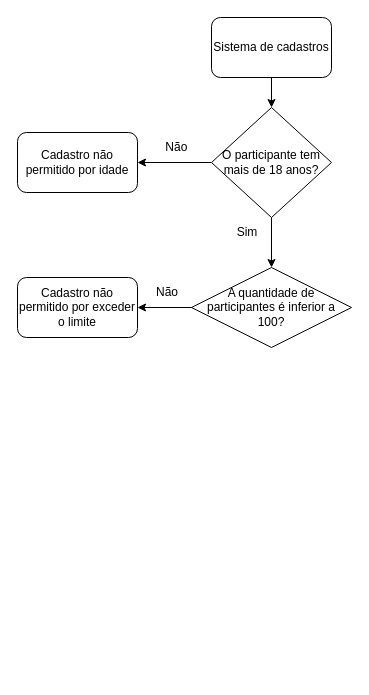
Earlier version of the draw.io diagram Untitled Diagram.drawio (SirMonkii/Atividade-Online-1-L-gica). Source tidied: cells renumbered, new cells numbered last; positions are measured from the earlier drawing's top-left corner, leaving out a move shared by most shapes. Both pictures are drawn from the tidied source at 100%, with x=0, y=0 at pixel (17, 17).
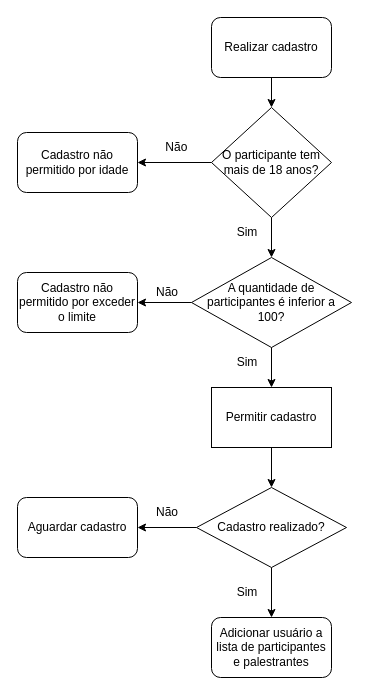
The same page after the edit.

What changed in the source:
```diff
@@
-    <mxCell id="2" value="Sistema de cadastros" style="rounded=1;whiteSpace=wrap;html=1;" parent="1" vertex="1">
+    <mxCell id="2" value="Realizar cadastro" style="rounded=1;whiteSpace=wrap;html=1;" parent="1" vertex="1">
       <mxGeometry x="194" width="120" height="60" as="geometry" />
     </mxCell>
@@
     <mxCell id="9" value="A quantidade de participantes é inferior a 100?" style="rhombus;whiteSpace=wrap;html=1;" parent="1" vertex="1">
-      <mxGeometry x="174" y="250" width="160" height="80" as="geometry" />
+      <mxGeometry x="174" y="240" width="160" height="90" as="geometry" />
     </mxCell>
     <mxCell id="10" value="Cadastro não permitido por exceder o limite" style="rounded=1;whiteSpace=wrap;html=1;" parent="1" vertex="1">
-      <mxGeometry y="260" width="120" height="60" as="geometry" />
+      <mxGeometry y="255" width="120" height="60" as="geometry" />
     </mxCell>
@@
+    <mxCell id="14" style="endArrow=classic;html=1;rounded=0;exitX=0.5;exitY=1;exitDx=0;exitDy=0;" parent="1" edge="1" source="9" target="15">
+      <mxGeometry relative="1" as="geometry" />
+    </mxCell>
+    <mxCell id="15" value="Permitir cadastro" style="rounded=0;whiteSpace=wrap;html=1;" parent="1" vertex="1">
+      <mxGeometry x="194" y="370" width="120" height="60" as="geometry" />
+    </mxCell>
+    <mxCell id="16" value="Sim" style="text;html=1;strokeColor=none;fillColor=none;align=center;verticalAlign=middle;whiteSpace=wrap;rounded=0;" parent="1" vertex="1">
+      <mxGeometry x="200" y="330" width="60" height="30" as="geometry" />
+    </mxCell>
+    <mxCell id="17" style="edgeStyle=orthogonalEdgeStyle;rounded=0;jettySize=auto;html=1;" parent="1" edge="1" source="19" target="21">
+      <mxGeometry relative="1" as="geometry" />
+    </mxCell>
+    <mxCell id="18" style="edgeStyle=orthogonalEdgeStyle;rounded=0;jettySize=auto;html=1;" parent="1" edge="1" source="19" target="23">
+      <mxGeometry relative="1" as="geometry" />
+    </mxCell>
+    <mxCell id="19" value="Cadastro realizado?" style="rhombus;whiteSpace=wrap;html=1;" parent="1" vertex="1">
+      <mxGeometry x="179" y="470" width="150" height="80" as="geometry" />
+    </mxCell>
+    <mxCell id="20" style="endArrow=classic;html=1;rounded=0;entryX=0.5;entryY=0;entryDx=0;entryDy=0;exitX=0.5;exitY=1;exitDx=0;exitDy=0;" parent="1" edge="1" source="15" target="19">
+      <mxGeometry relative="1" as="geometry" />
+    </mxCell>
+    <mxCell id="21" value="Aguardar cadastro" style="rounded=1;whiteSpace=wrap;html=1;" parent="1" vertex="1">
+      <mxGeometry y="480" width="120" height="60" as="geometry" />
+    </mxCell>
+    <mxCell id="22" value="Não" style="text;html=1;strokeColor=none;fillColor=none;align=center;verticalAlign=middle;whiteSpace=wrap;rounded=0;" parent="1" vertex="1">
+      <mxGeometry x="120" y="480" width="60" height="30" as="geometry" />
+    </mxCell>
+    <mxCell id="23" value="Adicionar usuário a lista de participantes e palestrantes" style="rounded=1;whiteSpace=wrap;html=1;" parent="1" vertex="1">
+      <mxGeometry x="194" y="600" width="120" height="60" as="geometry" />
+    </mxCell>
+    <mxCell id="24" value="Sim" style="text;html=1;strokeColor=none;fillColor=none;align=center;verticalAlign=middle;whiteSpace=wrap;rounded=0;" parent="1" vertex="1">
+      <mxGeometry x="200" y="559.5" width="60" height="30" as="geometry" />
+    </mxCell>
```
